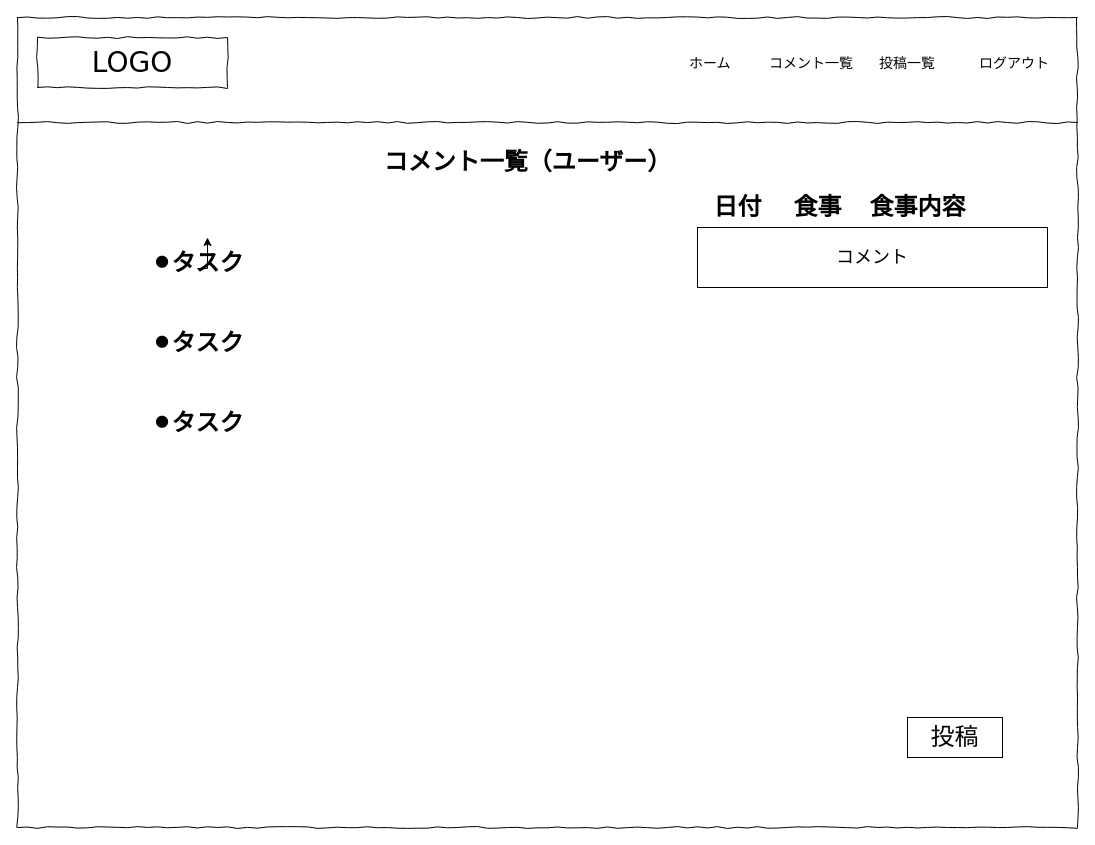
Above: page "コメント一覧" (5 of 6) of 名称未設定ファイル.drawio in vermouthA28/-Meal_guidance_todo (draw.io), before the change. Source tidied: cells renumbered, new cells numbered last; positions are measured from the earlier drawing's top-left corner, leaving out a move shared by most shapes. Both pictures are drawn from the tidied source at 100%, with x=0, y=0 at pixel (17, 17).
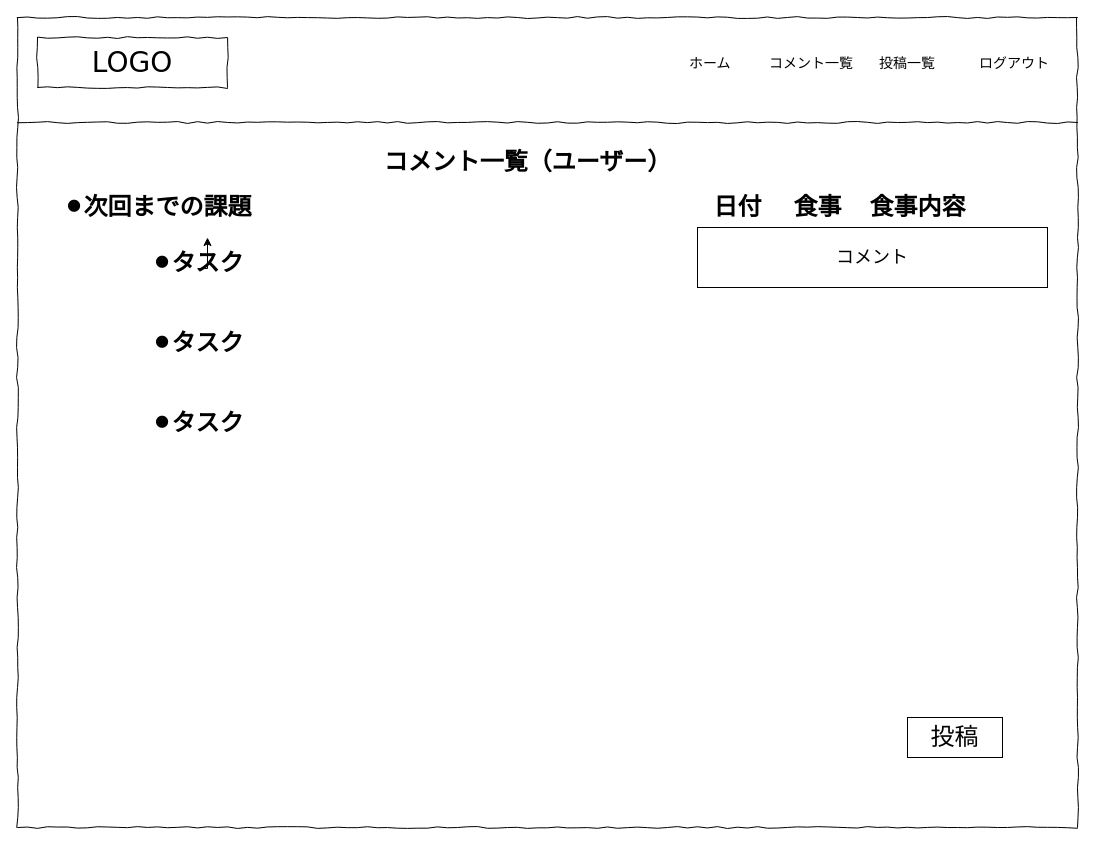
Above is the later version.

Diff of the diagram source:
```diff
@@
 <mxGraphModel>
   <root>
     <mxCell id="0" />
     <mxCell id="1" parent="0" />
     <mxCell id="2" style="whiteSpace=wrap;html=1;rounded=0;shadow=0;labelBackgroundColor=none;strokeColor=#000000;strokeWidth=1;fillColor=none;fontFamily=Verdana;fontSize=12;fontColor=#000000;align=center;comic=1;" parent="1" vertex="1">
       <mxGeometry width="1060" height="810" as="geometry" />
     </mxCell>
     <mxCell id="3" value="LOGO" style="whiteSpace=wrap;html=1;rounded=0;shadow=0;labelBackgroundColor=none;strokeWidth=1;fontFamily=Verdana;fontSize=28;align=center;comic=1;" parent="1" vertex="1">
       <mxGeometry x="20" y="20" width="190" height="50" as="geometry" />
     </mxCell>
     <mxCell id="4" value="ホーム&lt;br&gt;" style="text;html=1;align=left;verticalAlign=top;spacingTop=-4;fontSize=14;fontFamily=Verdana;" parent="1" vertex="1">
       <mxGeometry x="670" y="35" width="60" height="20" as="geometry" />
     </mxCell>
     <mxCell id="5" value="投稿一覧" style="text;html=1;align=left;verticalAlign=top;spacingTop=-4;fontSize=14;fontFamily=Verdana;" parent="1" vertex="1">
       <mxGeometry x="860" y="35" width="60" height="20" as="geometry" />
     </mxCell>
     <mxCell id="6" value="ログアウト" style="text;html=1;align=left;verticalAlign=top;spacingTop=-4;fontSize=14;fontFamily=Verdana;" parent="1" vertex="1">
       <mxGeometry x="960" y="35" width="60" height="20" as="geometry" />
     </mxCell>
     <mxCell id="7" style="line;strokeWidth=1;html=1;rounded=0;shadow=0;labelBackgroundColor=none;fillColor=none;fontFamily=Verdana;fontSize=14;fontColor=#000000;align=center;comic=1;" parent="1" vertex="1">
       <mxGeometry y="100" width="1060" height="10" as="geometry" />
     </mxCell>
     <mxCell id="8" value="コメント一覧（ユーザー）" style="text;strokeColor=none;fillColor=none;html=1;fontSize=24;fontStyle=1;verticalAlign=middle;align=center;" parent="1" vertex="1">
       <mxGeometry x="460" y="100" width="100" height="90" as="geometry" />
     </mxCell>
     <mxCell id="9" value="&lt;br&gt;⚫︎タスク" style="text;strokeColor=none;fillColor=none;html=1;fontSize=24;fontStyle=1;verticalAlign=middle;align=center;" parent="1" vertex="1">
       <mxGeometry x="130" y="210" width="100" height="41" as="geometry" />
     </mxCell>
     <mxCell id="10" value="&lt;br&gt;⚫︎タスク" style="text;strokeColor=none;fillColor=none;html=1;fontSize=24;fontStyle=1;verticalAlign=middle;align=center;" parent="1" vertex="1">
       <mxGeometry x="130" y="290" width="100" height="41" as="geometry" />
     </mxCell>
     <mxCell id="11" value="&lt;br&gt;⚫︎タスク" style="text;strokeColor=none;fillColor=none;html=1;fontSize=24;fontStyle=1;verticalAlign=middle;align=center;" parent="1" vertex="1">
       <mxGeometry x="130" y="370" width="100" height="41" as="geometry" />
     </mxCell>
     <mxCell id="12" style="edgeStyle=orthogonalEdgeStyle;rounded=0;orthogonalLoop=1;jettySize=auto;html=1;exitX=0.5;exitY=1;exitDx=0;exitDy=0;entryX=0.6;entryY=0.244;entryDx=0;entryDy=0;entryPerimeter=0;" parent="1" edge="1" source="9" target="9">
       <mxGeometry relative="1" as="geometry" />
     </mxCell>
     <mxCell id="13" value="日付" style="text;strokeColor=none;fillColor=none;html=1;fontSize=24;fontStyle=1;verticalAlign=middle;align=center;" parent="1" vertex="1">
       <mxGeometry x="670" y="170" width="100" height="40" as="geometry" />
     </mxCell>
     <mxCell id="14" value="食事" style="text;strokeColor=none;fillColor=none;html=1;fontSize=24;fontStyle=1;verticalAlign=middle;align=center;" parent="1" vertex="1">
       <mxGeometry x="750" y="170" width="100" height="40" as="geometry" />
     </mxCell>
     <mxCell id="15" value="食事内容" style="text;strokeColor=none;fillColor=none;html=1;fontSize=24;fontStyle=1;verticalAlign=middle;align=center;" parent="1" vertex="1">
       <mxGeometry x="850" y="170" width="100" height="40" as="geometry" />
     </mxCell>
     <mxCell id="16" value="&lt;font style=&quot;font-size: 24px;&quot;&gt;投稿&lt;/font&gt;" style="rounded=0;whiteSpace=wrap;html=1;" parent="1" vertex="1">
       <mxGeometry x="890" y="700" width="95" height="40" as="geometry" />
     </mxCell>
     <mxCell id="17" value="コメント一覧" style="text;html=1;align=left;verticalAlign=top;spacingTop=-4;fontSize=14;fontFamily=Verdana;" parent="1" vertex="1">
       <mxGeometry x="750" y="35" width="60" height="20" as="geometry" />
     </mxCell>
     <mxCell id="18" value="&lt;font style=&quot;font-size: 18px;&quot;&gt;コメント&lt;/font&gt;" style="rounded=0;whiteSpace=wrap;html=1;" parent="1" vertex="1">
       <mxGeometry x="680" y="210" width="350" height="60" as="geometry" />
     </mxCell>
+    <mxCell id="19" value="⚫︎次回までの課題" style="text;strokeColor=none;fillColor=none;html=1;fontSize=24;fontStyle=1;verticalAlign=middle;align=center;" parent="1" vertex="1">
+      <mxGeometry x="90" y="170" width="100" height="40" as="geometry" />
+    </mxCell>
   </root>
 </mxGraphModel>
```
